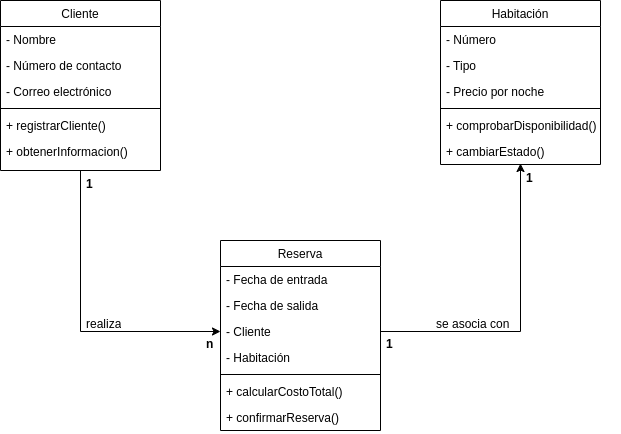
This is ReservasHoteles.drawio.png from PRORIX/ejercicios-ets, a draw.io export, as it was before one commit. Source tidied: cells renumbered, new cells last; positions are measured from the earlier drawing's top-left corner, leaving out a move shared by most shapes.
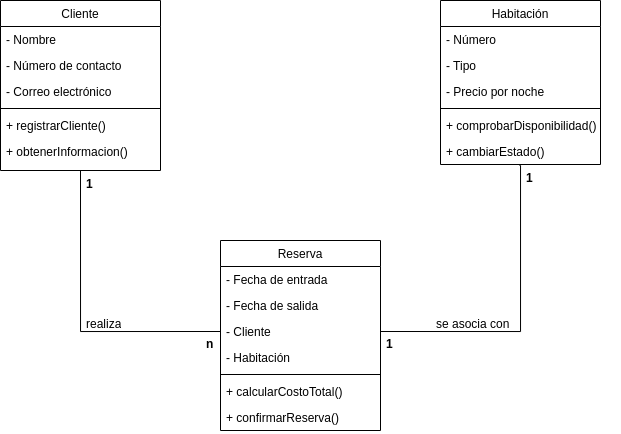
The same diagram one commit later.

What changed in the source:
```diff
@@ -47,7 +47,7 @@
     <mxCell id="16" value="+ confirmarReserva()" style="text;align=left;verticalAlign=top;spacingLeft=4;spacingRight=4;overflow=hidden;" parent="9" vertex="1">
       <mxGeometry y="164" width="160" height="26" as="geometry" />
     </mxCell>
-    <mxCell id="17" style="edgeStyle=orthogonalEdgeStyle;rounded=0;jettySize=auto;html=1;exitX=0.5;exitY=1;exitDx=0;exitDy=0;entryX=0;entryY=0.5;entryDx=0;entryDy=0;" parent="1" edge="1" source="18" target="12">
+    <mxCell id="17" style="edgeStyle=orthogonalEdgeStyle;rounded=0;jettySize=auto;html=1;exitX=0.5;exitY=1;exitDx=0;exitDy=0;entryX=0;entryY=0.5;entryDx=0;entryDy=0;endArrow=none;endFill=0;" parent="1" edge="1" source="18" target="12">
       <mxGeometry relative="1" as="geometry">
         <Array as="points">
           <mxPoint x="80" y="331" />
@@ -78,8 +78,13 @@
     <mxCell id="25" value="realiza" style="text;strokeColor=none;fillColor=none;align=left;verticalAlign=top;spacingLeft=4;spacingRight=4;overflow=hidden;whiteSpace=wrap;html=1;" parent="1" vertex="1">
       <mxGeometry x="80" y="310" width="100" height="26" as="geometry" />
     </mxCell>
-    <mxCell id="26" style="edgeStyle=orthogonalEdgeStyle;rounded=0;jettySize=auto;html=1;exitX=1;exitY=0.5;exitDx=0;exitDy=0;entryX=0.5;entryY=0.962;entryDx=0;entryDy=0;entryPerimeter=0;" parent="1" edge="1" source="12" target="8">
-      <mxGeometry relative="1" as="geometry" />
+    <mxCell id="26" style="edgeStyle=orthogonalEdgeStyle;rounded=0;jettySize=auto;html=1;exitX=1;exitY=0.5;exitDx=0;exitDy=0;flowAnimation=0;shadow=0;endArrow=none;endFill=0;entryX=-0.01;entryY=0.038;entryDx=0;entryDy=0;entryPerimeter=0;" parent="1" edge="1" source="12" target="30">
+      <mxGeometry relative="1" as="geometry">
+        <Array as="points">
+          <mxPoint x="520" y="331" />
+          <mxPoint x="520" y="165" />
+        </Array>
+      </mxGeometry>
     </mxCell>
     <mxCell id="27" value="se asocia con" style="text;strokeColor=none;fillColor=none;align=left;verticalAlign=top;spacingLeft=4;spacingRight=4;overflow=hidden;whiteSpace=wrap;html=1;" parent="1" vertex="1">
       <mxGeometry x="430" y="310" width="100" height="26" as="geometry" />
```
